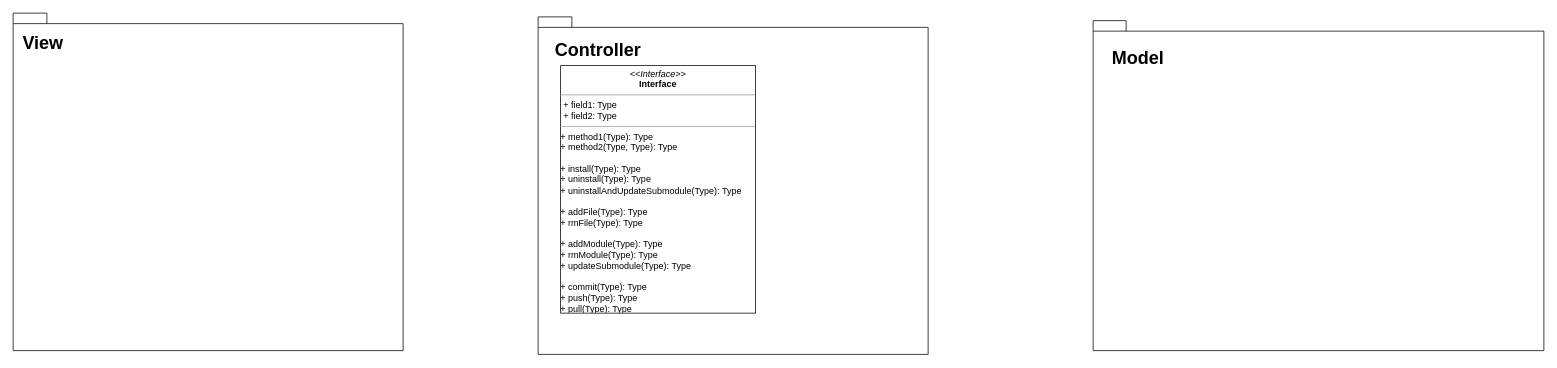
The draw.io diagram org/2020-1/lab2/project1.drawio in Ma-Nu-El/notasDeClase, before the edit. Source tidied: cells renumbered, new cells numbered last; positions are measured from the earlier drawing's top-left corner, leaving out a move shared by most shapes. Both pictures are drawn from the tidied source at 75%, with x=0, y=0 at pixel (13, 13).
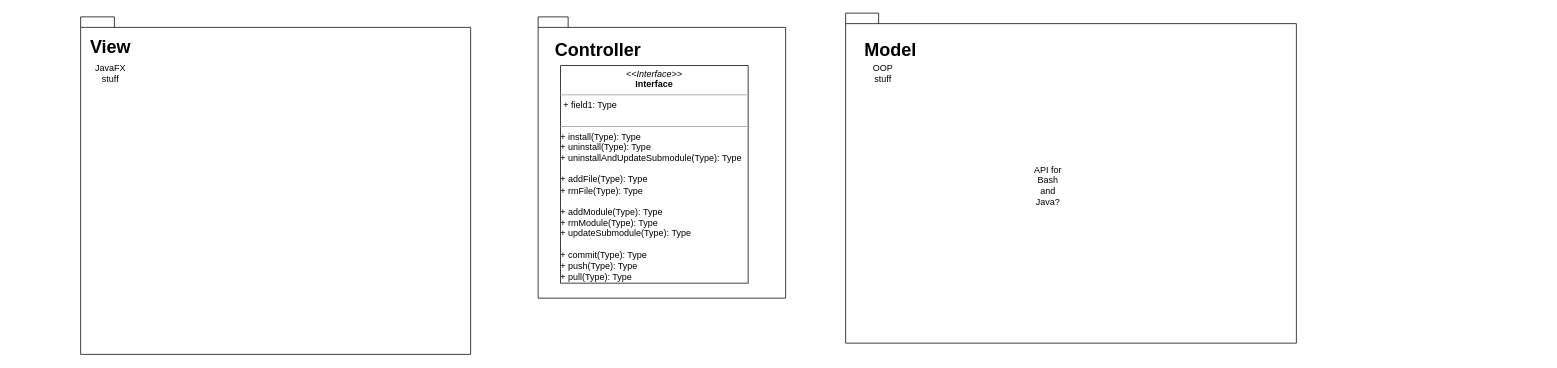
After the change.

What changed in the source:
```diff
@@
 <mxGraphModel>
   <root>
     <mxCell id="0" />
     <mxCell id="1" parent="0" />
     <mxCell id="2" style="shape=folder;fontStyle=1;spacingTop=10;tabWidth=40;tabHeight=14;tabPosition=left;html=1;" parent="1" vertex="1">
-      <mxGeometry x="700" y="5" width="520" height="450" as="geometry" />
+      <mxGeometry x="700" y="5" width="330" height="375" as="geometry" />
     </mxCell>
     <mxCell id="3" style="shape=folder;fontStyle=1;spacingTop=10;tabWidth=40;tabHeight=14;tabPosition=left;html=1;" parent="1" vertex="1">
-      <mxGeometry x="1440" y="10" width="601" height="440" as="geometry" />
+      <mxGeometry x="1110" width="601" height="440" as="geometry" />
     </mxCell>
     <mxCell id="4" value="&lt;font style=&quot;font-size: 24px&quot;&gt;&lt;br&gt;&lt;/font&gt;" style="shape=folder;fontStyle=1;spacingTop=10;tabWidth=40;tabHeight=14;tabPosition=left;html=1;" parent="1" vertex="1">
-      <mxGeometry width="520" height="450" as="geometry" />
+      <mxGeometry x="90" y="5" width="520" height="450" as="geometry" />
     </mxCell>
     <mxCell id="5" value="&lt;span style=&quot;font-size: 24px&quot;&gt;&lt;b&gt;View&lt;br&gt;&lt;/b&gt;&lt;/span&gt;" style="text;html=1;strokeColor=none;fillColor=none;align=center;verticalAlign=middle;whiteSpace=wrap;rounded=0;" parent="1" vertex="1">
-      <mxGeometry x="10" y="20" width="60" height="40" as="geometry" />
+      <mxGeometry x="100" y="25" width="60" height="40" as="geometry" />
     </mxCell>
     <mxCell id="6" value="&lt;span style=&quot;font-size: 24px&quot;&gt;&lt;b&gt;Model&lt;/b&gt;&lt;/span&gt;" style="text;html=1;strokeColor=none;fillColor=none;align=center;verticalAlign=middle;whiteSpace=wrap;rounded=0;" parent="1" vertex="1">
-      <mxGeometry x="1470" y="40" width="60" height="40" as="geometry" />
+      <mxGeometry x="1140" y="30" width="60" height="40" as="geometry" />
     </mxCell>
     <mxCell id="7" value="&lt;span style=&quot;font-size: 24px&quot;&gt;&lt;b&gt;Controller&lt;/b&gt;&lt;/span&gt;" style="text;html=1;strokeColor=none;fillColor=none;align=center;verticalAlign=middle;whiteSpace=wrap;rounded=0;" parent="1" vertex="1">
       <mxGeometry x="750" y="30" width="60" height="40" as="geometry" />
     </mxCell>
-    <mxCell id="8" value="&lt;p style=&quot;margin: 4px 0px 0px ; text-align: center&quot;&gt;&lt;i&gt;&amp;lt;&amp;lt;Interface&amp;gt;&amp;gt;&lt;/i&gt;&lt;br&gt;&lt;b&gt;Interface&lt;/b&gt;&lt;/p&gt;&lt;hr size=&quot;1&quot;&gt;&lt;p style=&quot;margin: 0px 0px 0px 4px&quot;&gt;+ field1: Type&lt;br&gt;+ field2: Type&lt;/p&gt;&lt;hr size=&quot;1&quot;&gt;+ method1(Type): Type&lt;br&gt;+ method2(Type, Type): Type&lt;br&gt;&lt;span&gt;&lt;br&gt;&lt;/span&gt;+ install(Type): Type&lt;br&gt;&lt;span&gt;+ uninstall(Type): Type&lt;/span&gt;&lt;span&gt;&lt;br&gt;&lt;/span&gt;+ uninstallAndUpdateSubmodule(Type): Type&lt;br&gt;&lt;span&gt;&lt;br&gt;+ addFile(Type): Type&lt;/span&gt;&lt;br&gt;&lt;span&gt;+ rmFile(Type): Type&lt;/span&gt;&lt;br&gt;&lt;span&gt;&lt;br&gt;&lt;/span&gt;+ addModule(Type): Type&lt;br&gt;+ rmModule(Type): Type&lt;br&gt;+ updateSubmodule(Type): Type&lt;span&gt;&lt;br&gt;&lt;br&gt;&lt;/span&gt;+ commit(Type): Type&lt;br&gt;&lt;span&gt;+ push(Type): Type&lt;br&gt;&lt;/span&gt;&lt;span&gt;+ pull(Type): Type&lt;/span&gt;&lt;span&gt;&lt;br&gt;&lt;br&gt;&lt;br&gt;&lt;/span&gt;" style="verticalAlign=top;align=left;overflow=fill;fontSize=12;fontFamily=Helvetica;html=1;" parent="1" vertex="1">
-      <mxGeometry x="730" y="70" width="260" height="330" as="geometry" />
+    <mxCell id="8" value="&lt;p style=&quot;margin: 4px 0px 0px ; text-align: center&quot;&gt;&lt;i&gt;&amp;lt;&amp;lt;Interface&amp;gt;&amp;gt;&lt;/i&gt;&lt;br&gt;&lt;b&gt;Interface&lt;/b&gt;&lt;/p&gt;&lt;hr size=&quot;1&quot;&gt;&lt;p style=&quot;margin: 0px 0px 0px 4px&quot;&gt;&lt;span&gt;+ field1: Type&lt;/span&gt;&lt;br&gt;&lt;/p&gt;&lt;p style=&quot;margin: 0px 0px 0px 4px&quot;&gt;&lt;/p&gt;&lt;br&gt;&lt;hr size=&quot;1&quot;&gt;+ install(Type): Type&lt;br&gt;&lt;span&gt;+ uninstall(Type): Type&lt;/span&gt;&lt;span&gt;&lt;br&gt;&lt;/span&gt;+ uninstallAndUpdateSubmodule(Type): Type&lt;br&gt;&lt;span&gt;&lt;br&gt;+ addFile(Type): Type&lt;/span&gt;&lt;br&gt;&lt;span&gt;+ rmFile(Type): Type&lt;/span&gt;&lt;br&gt;&lt;span&gt;&lt;br&gt;&lt;/span&gt;+ addModule(Type): Type&lt;br&gt;+ rmModule(Type): Type&lt;br&gt;+ updateSubmodule(Type): Type&lt;span&gt;&lt;br&gt;&lt;br&gt;&lt;/span&gt;+ commit(Type): Type&lt;br&gt;&lt;span&gt;+ push(Type): Type&lt;br&gt;&lt;/span&gt;&lt;span&gt;+ pull(Type): Type&lt;/span&gt;&lt;span&gt;&lt;br&gt;&lt;br&gt;&lt;br&gt;&lt;/span&gt;" style="verticalAlign=top;align=left;overflow=fill;fontSize=12;fontFamily=Helvetica;html=1;" parent="1" vertex="1">
+      <mxGeometry x="730" y="70" width="250" height="290" as="geometry" />
     </mxCell>
+    <mxCell id="9" value="JavaFX stuff&lt;br&gt;" style="text;html=1;strokeColor=none;fillColor=none;align=center;verticalAlign=middle;whiteSpace=wrap;rounded=0;" parent="1" vertex="1">
+      <mxGeometry x="110" y="70" width="40" height="20" as="geometry" />
+    </mxCell>
+    <mxCell id="10" value="OOP stuff" style="text;html=1;strokeColor=none;fillColor=none;align=center;verticalAlign=middle;whiteSpace=wrap;rounded=0;" parent="1" vertex="1">
+      <mxGeometry x="1140" y="70" width="40" height="20" as="geometry" />
+    </mxCell>
+    <mxCell id="11" value="API for Bash and Java?" style="text;html=1;strokeColor=none;fillColor=none;align=center;verticalAlign=middle;whiteSpace=wrap;rounded=0;" parent="1" vertex="1">
+      <mxGeometry x="1360" y="220" width="40" height="20" as="geometry" />
+    </mxCell>
   </root>
 </mxGraphModel>
```
